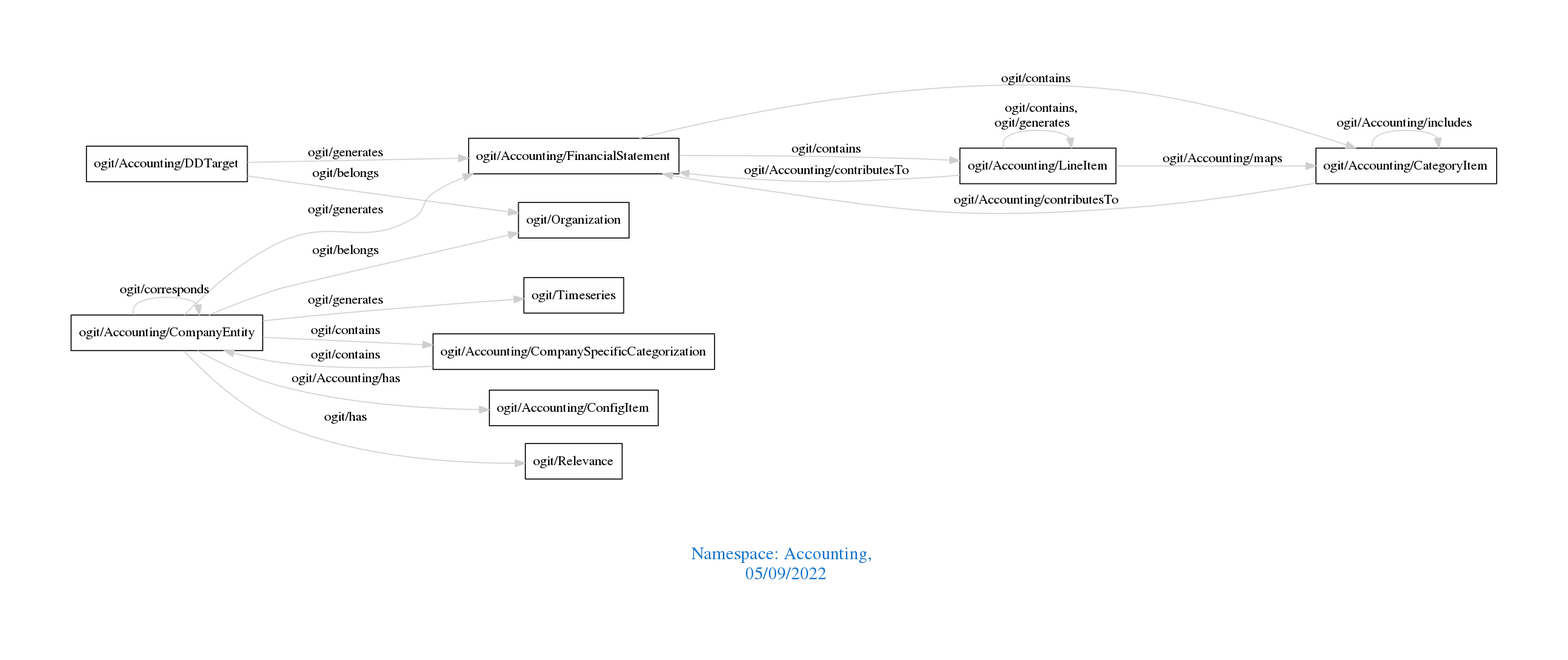
Before: downloads/Accounting.png, a diagram exported from Graphviz (arago/OGIT). Its source is kept beside it as downloads/Accounting.dot.
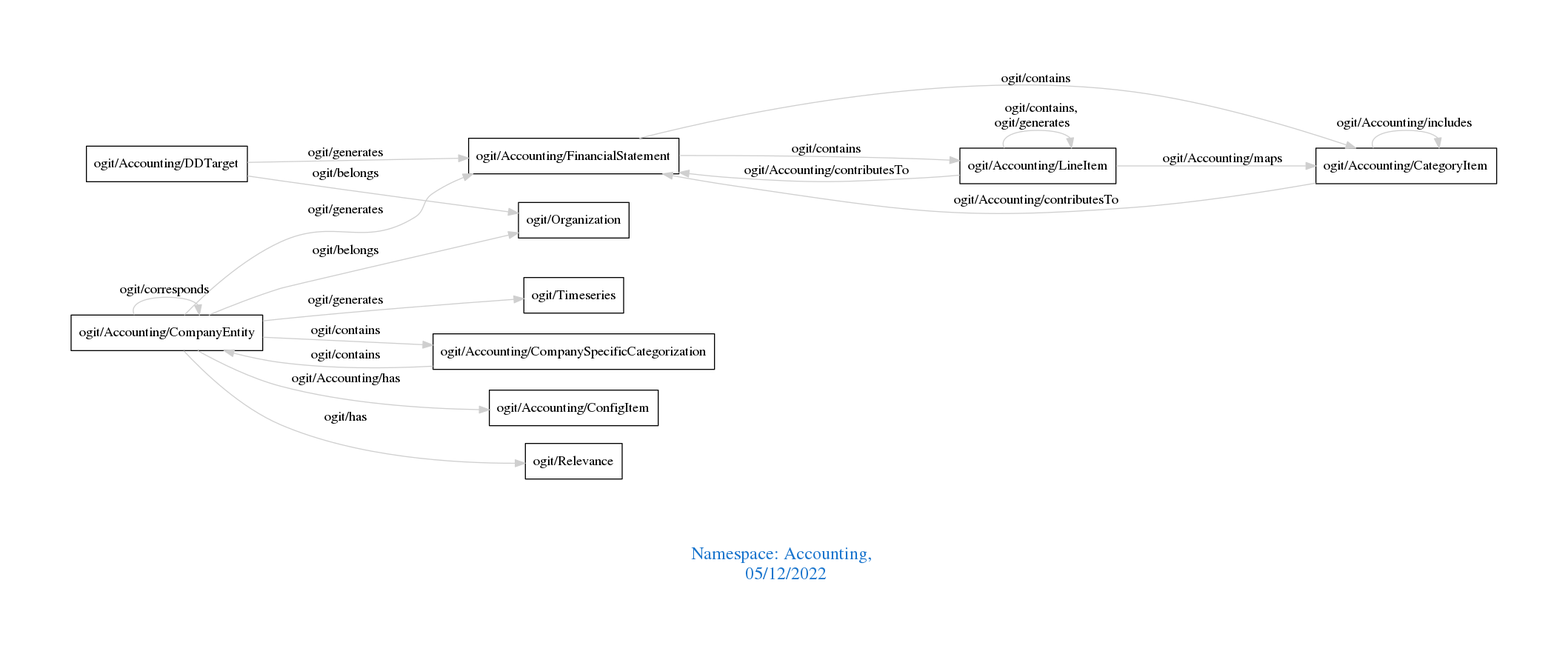
Later version of the same file.

The edit, as a diff of the source:
```diff
@@ -1,7 +1,7 @@
 digraph OGIT_ontology {
  graph [ rankdir= LR,pad=1
 fontsize = 18,
-fontcolor= dodgerblue3,label = "\n\n\nNamespace: Accounting, \n 05/09/2022"];
+fontcolor= dodgerblue3,label = "\n\n\nNamespace: Accounting, \n 05/12/2022"];
 node[shape=polygon];
 edge [  color="gray81"];
 
```
